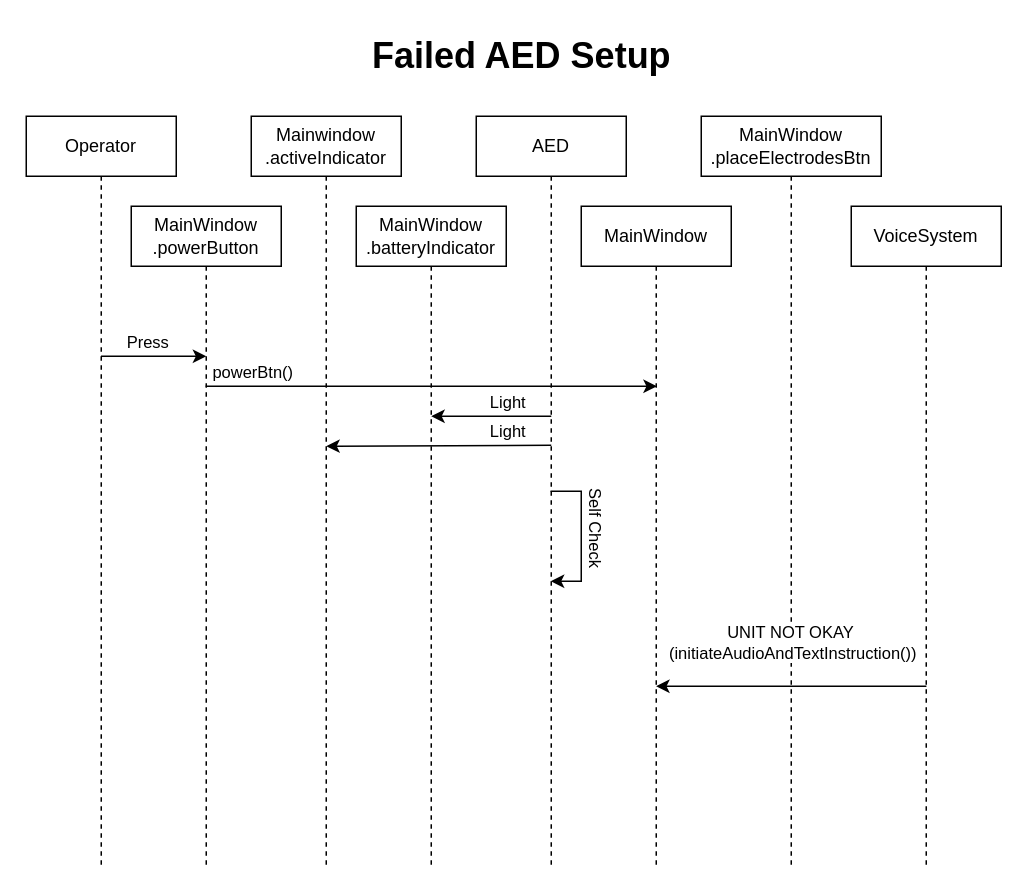
The draw.io diagram Documentation/Drawio/Comp3004Final_FailedAEDSetup.drawio in ConnorG1067/COMP3004-FA, before the edit. Source tidied: cells renumbered, new cells numbered last; positions are measured from the earlier drawing's top-left corner, leaving out a move shared by most shapes. Both pictures are drawn from the tidied source at 150%, with x=0, y=0 at pixel (26, 26).
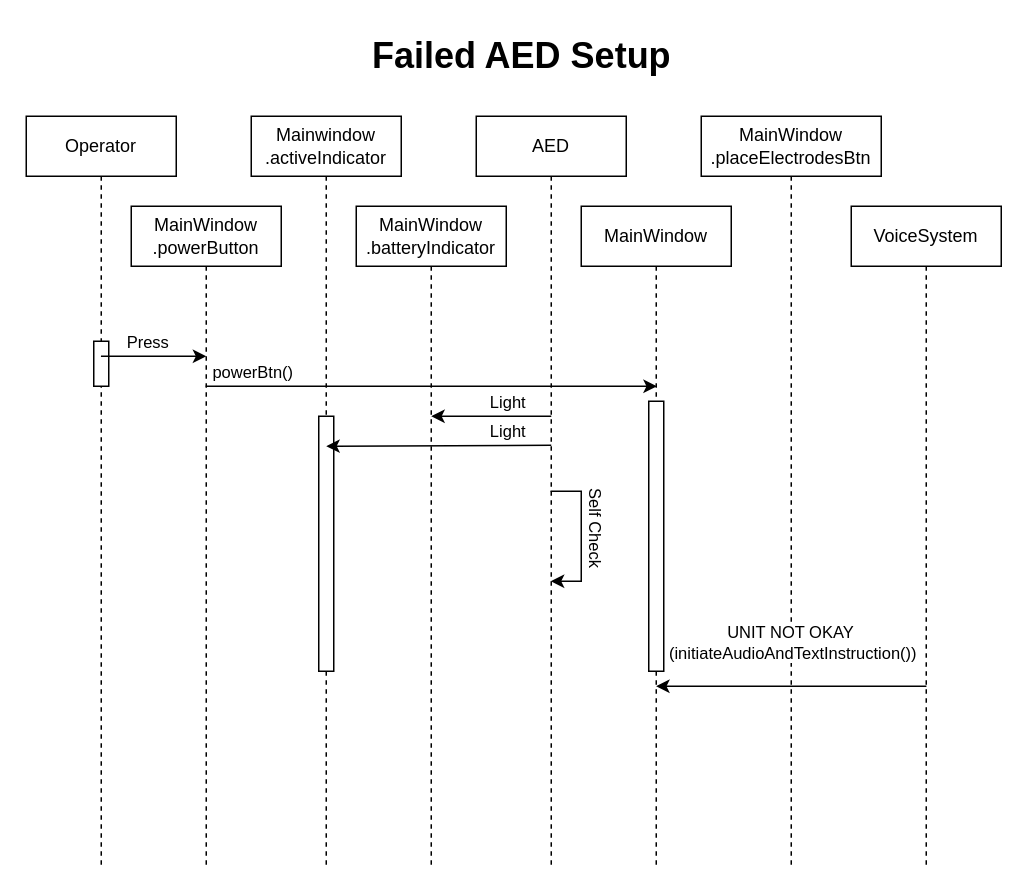
The same page after the edit.

The change refers to these unchanged cells:
```xml
<mxCell id="2" value="Operator" style="shape=umlLifeline;perimeter=lifelinePerimeter;whiteSpace=wrap;html=1;newEdgeStyle={&quot;edgeStyle&quot;:&quot;elbowEdgeStyle&quot;,&quot;elbow&quot;:&quot;vertical&quot;,&quot;curved&quot;:0,&quot;rounded&quot;:0};" parent="1" vertex="1">
  <mxGeometry y="60" width="100" height="500" as="geometry" />
</mxCell>
<mxCell id="5" value="MainWindow" style="shape=umlLifeline;perimeter=lifelinePerimeter;whiteSpace=wrap;html=1;newEdgeStyle={&quot;edgeStyle&quot;:&quot;elbowEdgeStyle&quot;,&quot;elbow&quot;:&quot;vertical&quot;,&quot;curved&quot;:0,&quot;rounded&quot;:0};" parent="1" vertex="1">
  <mxGeometry x="370" y="120" width="100" height="440" as="geometry" />
</mxCell>
<mxCell id="10" value="&lt;div&gt;Mainwindow&lt;/div&gt;&lt;div&gt;.activeIndicator&lt;br&gt;&lt;/div&gt;" style="shape=umlLifeline;perimeter=lifelinePerimeter;whiteSpace=wrap;html=1;newEdgeStyle={&quot;edgeStyle&quot;:&quot;elbowEdgeStyle&quot;,&quot;elbow&quot;:&quot;vertical&quot;,&quot;curved&quot;:0,&quot;rounded&quot;:0};" parent="1" vertex="1">
  <mxGeometry x="150" y="60" width="100" height="500" as="geometry" />
</mxCell>
```

The edit, as a diff of the source:
```diff
@@
+    <mxCell id="23" style="html=1;perimeter=orthogonalPerimeter;targetShapes=umlLifeline;newEdgeStyle={&quot;curved&quot;:0,&quot;rounded&quot;:0};" parent="2" vertex="1">
+      <mxGeometry x="45" y="150" width="10" height="30" as="geometry" />
+    </mxCell>
@@
+    <mxCell id="24" style="html=1;perimeter=orthogonalPerimeter;targetShapes=umlLifeline;newEdgeStyle={&quot;curved&quot;:0,&quot;rounded&quot;:0};" parent="5" vertex="1">
+      <mxGeometry x="45" y="130" width="10" height="180" as="geometry" />
+    </mxCell>
@@
+    <mxCell id="25" style="html=1;perimeter=orthogonalPerimeter;targetShapes=umlLifeline;newEdgeStyle={&quot;curved&quot;:0,&quot;rounded&quot;:0};" parent="10" vertex="1">
+      <mxGeometry x="45" y="200" width="10" height="170" as="geometry" />
+    </mxCell>
```
